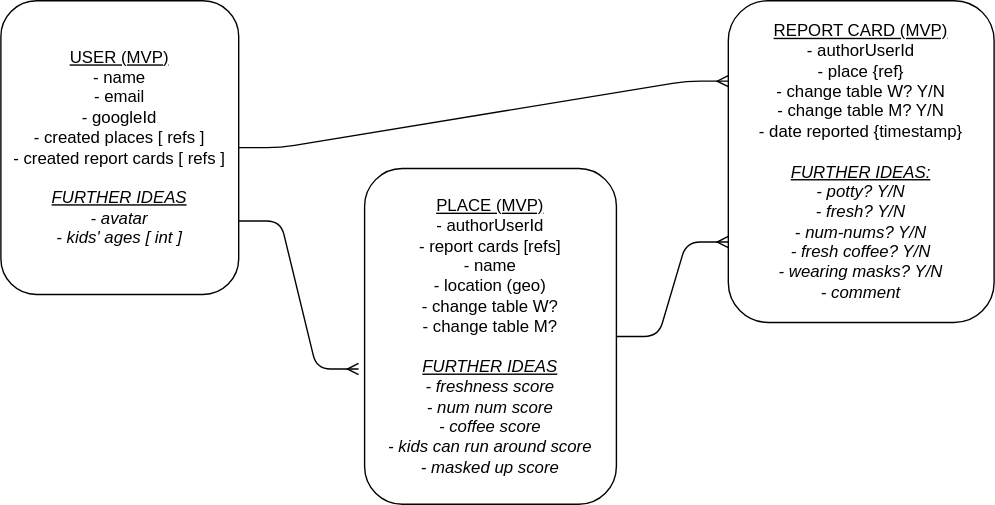
benhammondmusic/familyfriendly keeps this draw.io diagram as erd.drawio.svg. Above is the earlier version. Source tidied: cells renumbered, new cells last; positions are measured from the earlier drawing's top-left corner, leaving out a move shared by most shapes. Source of this version:
```xml
<mxGraphModel>
  <root>
    <mxCell id="0" />
    <mxCell id="1" parent="0" />
    <mxCell id="2" value="&lt;u&gt;USER (MVP)&lt;/u&gt;&lt;br&gt;- name&lt;br&gt;- email&lt;br&gt;- googleId&lt;br&gt;- created places [ refs ]&amp;nbsp;&lt;br&gt;- created report cards [ refs ]&lt;br&gt;&lt;br&gt;&lt;i&gt;&lt;u&gt;FURTHER IDEAS&lt;br&gt;&lt;/u&gt;- avatar&lt;br&gt;- kids' ages [ int ]&lt;/i&gt;" style="rounded=1;whiteSpace=wrap;html=1;" parent="1" vertex="1">
      <mxGeometry width="170" height="210" as="geometry" />
    </mxCell>
    <mxCell id="3" value="&lt;u&gt;PLACE (MVP)&lt;br&gt;&lt;/u&gt;- authorUserId&lt;br&gt;- report cards [refs]&lt;br&gt;- name&lt;br&gt;- location (geo)&lt;br&gt;- change table W?&lt;br&gt;- change table M?&amp;nbsp;&lt;br&gt;&lt;br&gt;&lt;i&gt;&lt;u&gt;FURTHER IDEAS&lt;br&gt;&lt;/u&gt;- freshness score&lt;br&gt;- num num score&lt;br&gt;- coffee score&lt;br&gt;- kids can run around score&lt;br&gt;- masked up score&lt;/i&gt;" style="rounded=1;whiteSpace=wrap;html=1;" parent="1" vertex="1">
      <mxGeometry x="260" y="120" width="180" height="240" as="geometry" />
    </mxCell>
    <mxCell id="4" value="&lt;u&gt;REPORT CARD (MVP)&lt;br&gt;&lt;/u&gt;- authorUserId&lt;br&gt;- place {ref}&lt;br&gt;- change table W? Y/N&lt;br&gt;- change table M? Y/N&lt;br&gt;- date reported {timestamp}&lt;br&gt;&lt;br&gt;&lt;i&gt;&lt;u&gt;FURTHER IDEAS:&amp;nbsp;&lt;br&gt;&lt;/u&gt;- potty? Y/N&lt;br&gt;- fresh? Y/N&lt;br&gt;- num-nums? Y/N&lt;br&gt;- fresh coffee? Y/N&lt;br&gt;- wearing masks? Y/N&lt;br&gt;- comment&lt;/i&gt;" style="rounded=1;whiteSpace=wrap;html=1;" parent="1" vertex="1">
      <mxGeometry x="520" width="190" height="230" as="geometry" />
    </mxCell>
    <mxCell id="5" style="edgeStyle=entityRelationEdgeStyle;fontSize=12;html=1;endArrow=ERmany;entryX=0;entryY=0.75;entryDx=0;entryDy=0;" parent="1" edge="1" source="3" target="4">
      <mxGeometry relative="1" as="geometry" />
    </mxCell>
    <mxCell id="6" style="edgeStyle=entityRelationEdgeStyle;fontSize=12;html=1;endArrow=ERmany;exitX=1;exitY=0.5;exitDx=0;exitDy=0;entryX=0;entryY=0.25;entryDx=0;entryDy=0;" parent="1" edge="1" source="2" target="4">
      <mxGeometry relative="1" as="geometry" />
    </mxCell>
    <mxCell id="7" style="edgeStyle=entityRelationEdgeStyle;fontSize=12;html=1;endArrow=ERmany;entryX=-0.024;entryY=0.597;entryDx=0;entryDy=0;entryPerimeter=0;exitX=1;exitY=0.75;exitDx=0;exitDy=0;" parent="1" edge="1" source="2" target="3">
      <mxGeometry relative="1" as="geometry" />
    </mxCell>
  </root>
</mxGraphModel>
```
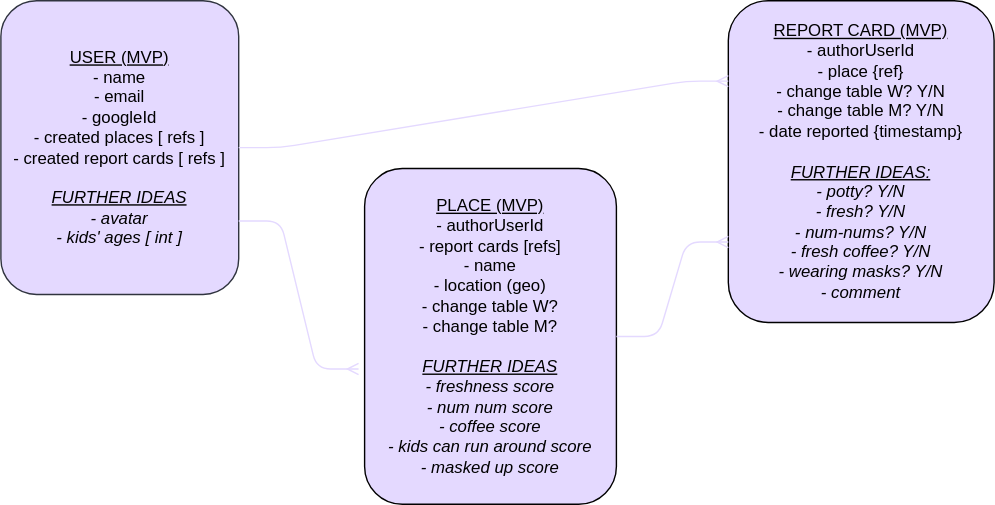
Later version of the same file.

Commit message:
colors, get connection lines to display

The edit, as a diff of the source:
```diff
@@ -2,22 +2,22 @@
   <root>
     <mxCell id="0" />
     <mxCell id="1" parent="0" />
-    <mxCell id="2" value="&lt;u&gt;USER (MVP)&lt;/u&gt;&lt;br&gt;- name&lt;br&gt;- email&lt;br&gt;- googleId&lt;br&gt;- created places [ refs ]&amp;nbsp;&lt;br&gt;- created report cards [ refs ]&lt;br&gt;&lt;br&gt;&lt;i&gt;&lt;u&gt;FURTHER IDEAS&lt;br&gt;&lt;/u&gt;- avatar&lt;br&gt;- kids' ages [ int ]&lt;/i&gt;" style="rounded=1;whiteSpace=wrap;html=1;" parent="1" vertex="1">
+    <mxCell id="2" value="&lt;u&gt;USER (MVP)&lt;/u&gt;&lt;br&gt;- name&lt;br&gt;- email&lt;br&gt;- googleId&lt;br&gt;- created places [ refs ]&amp;nbsp;&lt;br&gt;- created report cards [ refs ]&lt;br&gt;&lt;br&gt;&lt;i&gt;&lt;u&gt;FURTHER IDEAS&lt;br&gt;&lt;/u&gt;- avatar&lt;br&gt;- kids' ages [ int ]&lt;/i&gt;" style="rounded=1;whiteSpace=wrap;html=1;fillColor=#e4d9ffff;strokeColor=#30343f;" parent="1" vertex="1">
       <mxGeometry width="170" height="210" as="geometry" />
     </mxCell>
-    <mxCell id="3" value="&lt;u&gt;PLACE (MVP)&lt;br&gt;&lt;/u&gt;- authorUserId&lt;br&gt;- report cards [refs]&lt;br&gt;- name&lt;br&gt;- location (geo)&lt;br&gt;- change table W?&lt;br&gt;- change table M?&amp;nbsp;&lt;br&gt;&lt;br&gt;&lt;i&gt;&lt;u&gt;FURTHER IDEAS&lt;br&gt;&lt;/u&gt;- freshness score&lt;br&gt;- num num score&lt;br&gt;- coffee score&lt;br&gt;- kids can run around score&lt;br&gt;- masked up score&lt;/i&gt;" style="rounded=1;whiteSpace=wrap;html=1;" parent="1" vertex="1">
+    <mxCell id="3" value="&lt;u&gt;PLACE (MVP)&lt;br&gt;&lt;/u&gt;- authorUserId&lt;br&gt;- report cards [refs]&lt;br&gt;- name&lt;br&gt;- location (geo)&lt;br&gt;- change table W?&lt;br&gt;- change table M?&amp;nbsp;&lt;br&gt;&lt;br&gt;&lt;i&gt;&lt;u&gt;FURTHER IDEAS&lt;br&gt;&lt;/u&gt;- freshness score&lt;br&gt;- num num score&lt;br&gt;- coffee score&lt;br&gt;- kids can run around score&lt;br&gt;- masked up score&lt;/i&gt;" style="rounded=1;whiteSpace=wrap;html=1;fillColor=#e4d9ff;" parent="1" vertex="1">
       <mxGeometry x="260" y="120" width="180" height="240" as="geometry" />
     </mxCell>
-    <mxCell id="4" value="&lt;u&gt;REPORT CARD (MVP)&lt;br&gt;&lt;/u&gt;- authorUserId&lt;br&gt;- place {ref}&lt;br&gt;- change table W? Y/N&lt;br&gt;- change table M? Y/N&lt;br&gt;- date reported {timestamp}&lt;br&gt;&lt;br&gt;&lt;i&gt;&lt;u&gt;FURTHER IDEAS:&amp;nbsp;&lt;br&gt;&lt;/u&gt;- potty? Y/N&lt;br&gt;- fresh? Y/N&lt;br&gt;- num-nums? Y/N&lt;br&gt;- fresh coffee? Y/N&lt;br&gt;- wearing masks? Y/N&lt;br&gt;- comment&lt;/i&gt;" style="rounded=1;whiteSpace=wrap;html=1;" parent="1" vertex="1">
+    <mxCell id="4" value="&lt;u&gt;REPORT CARD (MVP)&lt;br&gt;&lt;/u&gt;- authorUserId&lt;br&gt;- place {ref}&lt;br&gt;- change table W? Y/N&lt;br&gt;- change table M? Y/N&lt;br&gt;- date reported {timestamp}&lt;br&gt;&lt;br&gt;&lt;i&gt;&lt;u&gt;FURTHER IDEAS:&amp;nbsp;&lt;br&gt;&lt;/u&gt;- potty? Y/N&lt;br&gt;- fresh? Y/N&lt;br&gt;- num-nums? Y/N&lt;br&gt;- fresh coffee? Y/N&lt;br&gt;- wearing masks? Y/N&lt;br&gt;- comment&lt;/i&gt;" style="rounded=1;whiteSpace=wrap;html=1;fillColor=#e4d9ff;" parent="1" vertex="1">
       <mxGeometry x="520" width="190" height="230" as="geometry" />
     </mxCell>
-    <mxCell id="5" style="edgeStyle=entityRelationEdgeStyle;fontSize=12;html=1;endArrow=ERmany;entryX=0;entryY=0.75;entryDx=0;entryDy=0;" parent="1" edge="1" source="3" target="4">
+    <mxCell id="5" style="edgeStyle=entityRelationEdgeStyle;fontSize=12;html=1;endArrow=ERmany;entryX=0;entryY=0.75;entryDx=0;entryDy=0;strokeColor=#e4d9ffff;" parent="1" edge="1" source="3" target="4">
       <mxGeometry relative="1" as="geometry" />
     </mxCell>
-    <mxCell id="6" style="edgeStyle=entityRelationEdgeStyle;fontSize=12;html=1;endArrow=ERmany;exitX=1;exitY=0.5;exitDx=0;exitDy=0;entryX=0;entryY=0.25;entryDx=0;entryDy=0;" parent="1" edge="1" source="2" target="4">
+    <mxCell id="6" style="edgeStyle=entityRelationEdgeStyle;fontSize=12;html=1;endArrow=ERmany;exitX=1;exitY=0.5;exitDx=0;exitDy=0;entryX=0;entryY=0.25;entryDx=0;entryDy=0;fillColor=#e4d9ffff;strokeColor=#e4d9ffff;" parent="1" edge="1" source="2" target="4">
       <mxGeometry relative="1" as="geometry" />
     </mxCell>
-    <mxCell id="7" style="edgeStyle=entityRelationEdgeStyle;fontSize=12;html=1;endArrow=ERmany;entryX=-0.024;entryY=0.597;entryDx=0;entryDy=0;entryPerimeter=0;exitX=1;exitY=0.75;exitDx=0;exitDy=0;" parent="1" edge="1" source="2" target="3">
+    <mxCell id="7" style="edgeStyle=entityRelationEdgeStyle;fontSize=12;html=1;endArrow=ERmany;entryX=-0.024;entryY=0.597;entryDx=0;entryDy=0;entryPerimeter=0;exitX=1;exitY=0.75;exitDx=0;exitDy=0;strokeColor=#e4d9ffff;" parent="1" edge="1" source="2" target="3">
       <mxGeometry relative="1" as="geometry" />
     </mxCell>
   </root>
```
